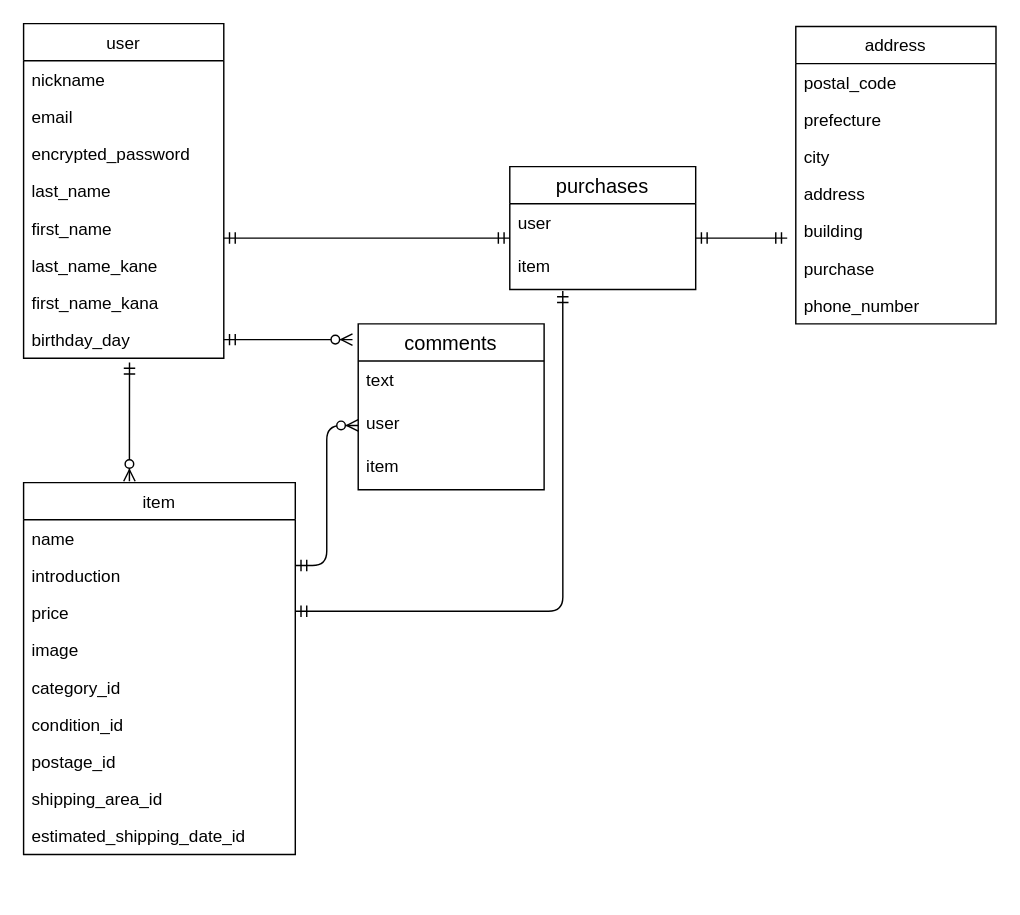
mr0216/furima-31996 keeps this draw.io diagram as furima-31996.dio. Above is the earlier version. Source tidied: cells renumbered, new cells numbered last; positions are measured from the earlier drawing's top-left corner, leaving out a move shared by most shapes. Both pictures are drawn from the tidied source at 143%, with x=0, y=0 at pixel (23, 23).
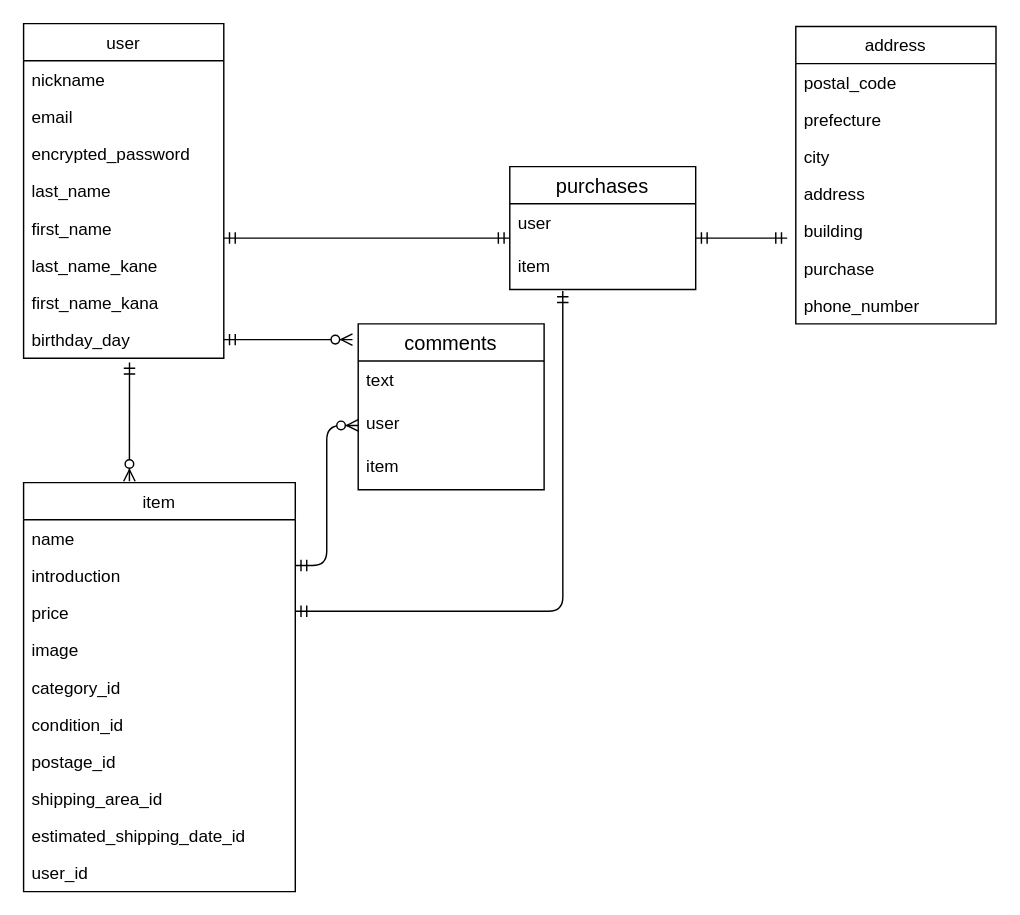
The same page after the edit.

Change to the diagram source:
```diff
@@
     <mxCell id="12" value="item" style="swimlane;fontStyle=0;horizontal=1;startSize=26;fillColor=none;" parent="1" vertex="1">
-      <mxGeometry y="321" width="190" height="260" as="geometry" />
+      <mxGeometry y="321" width="190" height="286" as="geometry" />
     </mxCell>
@@
+    <mxCell id="42" value="user_id" style="text;strokeColor=none;fillColor=none;align=left;verticalAlign=top;spacingLeft=4;spacingRight=4;overflow=hidden;" parent="12" vertex="1">
+      <mxGeometry y="260" width="190" height="26" as="geometry" />
+    </mxCell>
```
